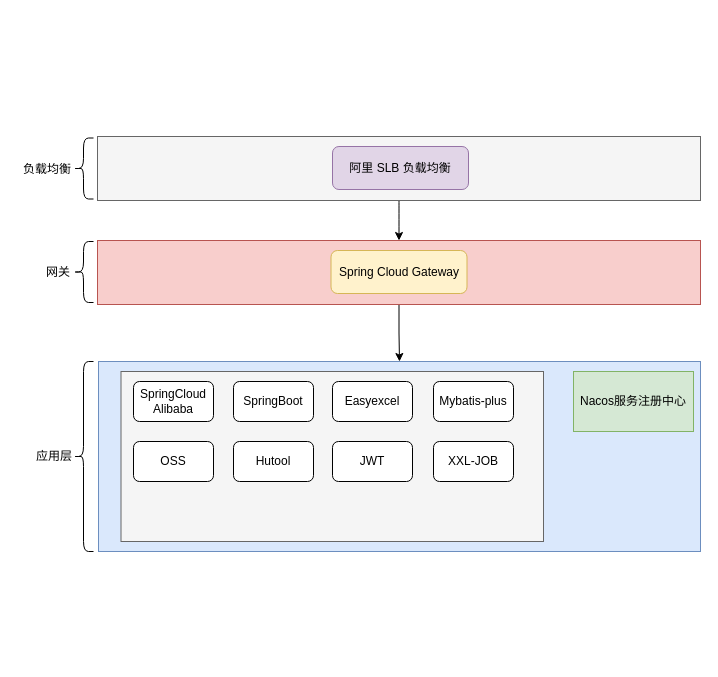
Earlier version of the draw.io diagram cbs2.0技术架构.drawio (ammengke/my-drawio). Source tidied: cells renumbered, new cells numbered last; positions are measured from the earlier drawing's top-left corner, leaving out a move shared by most shapes. Both pictures are drawn from the tidied source at 100%, with x=0, y=0 at pixel (17, 136).
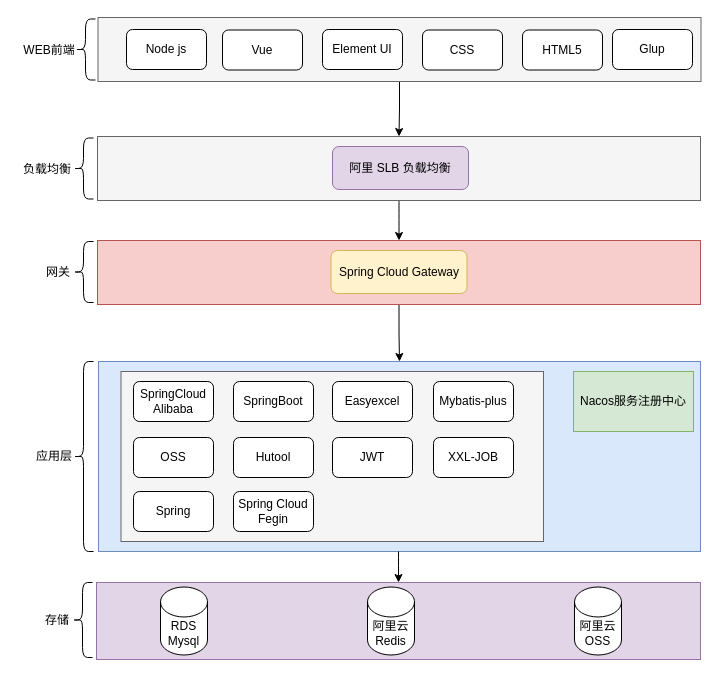
After the change.

Commit message:
更新cbs2.0技术架构.drawio

The change refers to these unchanged cells:
```xml
<mxCell id="7" style="rounded=0;whiteSpace=wrap;html=1;fillColor=#f5f5f5;strokeColor=#666666;fontColor=#333333;" parent="1" vertex="1">
  <mxGeometry x="80" width="603" height="64" as="geometry" />
</mxCell>
```

Change to the diagram source:
```diff
@@
     <mxCell id="19" value="OSS" style="rounded=1;whiteSpace=wrap;html=1;" parent="1" vertex="1">
-      <mxGeometry x="116" y="305" width="80" height="40" as="geometry" />
+      <mxGeometry x="116" y="301" width="80" height="40" as="geometry" />
     </mxCell>
     <mxCell id="20" value="Hutool" style="rounded=1;whiteSpace=wrap;html=1;" parent="1" vertex="1">
-      <mxGeometry x="216" y="305" width="80" height="40" as="geometry" />
+      <mxGeometry x="216" y="301" width="80" height="40" as="geometry" />
     </mxCell>
     <mxCell id="21" value="JWT" style="rounded=1;whiteSpace=wrap;html=1;" parent="1" vertex="1">
-      <mxGeometry x="315" y="305" width="80" height="40" as="geometry" />
+      <mxGeometry x="315" y="301" width="80" height="40" as="geometry" />
     </mxCell>
     <mxCell id="22" value="XXL-JOB" style="rounded=1;whiteSpace=wrap;html=1;" parent="1" vertex="1">
-      <mxGeometry x="416" y="305" width="80" height="40" as="geometry" />
+      <mxGeometry x="416" y="301" width="80" height="40" as="geometry" />
     </mxCell>
@@
+    <mxCell id="25" style="edgeStyle=orthogonalEdgeStyle;curved=1;rounded=0;jettySize=auto;html=1;entryX=0.5;entryY=0;entryDx=0;entryDy=0;" parent="1" edge="1" target="26">
+      <mxGeometry relative="1" as="geometry">
+        <mxPoint x="381" y="415" as="sourcePoint" />
+      </mxGeometry>
+    </mxCell>
+    <mxCell id="26" style="rounded=0;whiteSpace=wrap;html=1;fillColor=#e1d5e7;strokeColor=#9673a6;" parent="1" vertex="1">
+      <mxGeometry x="79" y="446" width="604" height="77" as="geometry" />
+    </mxCell>
+    <mxCell id="27" value="RDS Mysql" style="shape=cylinder3;whiteSpace=wrap;html=1;boundedLbl=1;backgroundOutline=1;size=15;rounded=0;" parent="1" vertex="1">
+      <mxGeometry x="143" y="450.5" width="47" height="68" as="geometry" />
+    </mxCell>
+    <mxCell id="28" value="阿里云Redis" style="shape=cylinder3;whiteSpace=wrap;html=1;boundedLbl=1;backgroundOutline=1;size=15;rounded=0;" parent="1" vertex="1">
+      <mxGeometry x="350" y="450.5" width="47" height="68" as="geometry" />
+    </mxCell>
+    <mxCell id="29" value="存储" style="text;html=1;strokeColor=none;fillColor=none;align=center;verticalAlign=middle;whiteSpace=wrap;rounded=0;" parent="1" vertex="1">
+      <mxGeometry x="10" y="468.5" width="60" height="30" as="geometry" />
+    </mxCell>
+    <mxCell id="30" style="shape=curlyBracket;whiteSpace=wrap;html=1;rounded=1;" parent="1" vertex="1">
+      <mxGeometry x="55" y="446" width="20" height="75" as="geometry" />
+    </mxCell>
+    <mxCell id="31" value="阿里云OSS" style="shape=cylinder3;whiteSpace=wrap;html=1;boundedLbl=1;backgroundOutline=1;size=15;rounded=0;" parent="1" vertex="1">
+      <mxGeometry x="557" y="450.5" width="47" height="68" as="geometry" />
+    </mxCell>
+    <mxCell id="32" style="edgeStyle=orthogonalEdgeStyle;rounded=0;jettySize=auto;html=1;entryX=0.5;entryY=0;entryDx=0;entryDy=0;" parent="1" edge="1" source="33" target="7">
+      <mxGeometry relative="1" as="geometry" />
+    </mxCell>
+    <mxCell id="33" style="rounded=0;whiteSpace=wrap;html=1;fillColor=#f5f5f5;strokeColor=#666666;fontColor=#333333;" parent="1" vertex="1">
+      <mxGeometry x="80.5" y="-119" width="603" height="64" as="geometry" />
+    </mxCell>
+    <mxCell id="34" value="WEB前端" style="text;html=1;strokeColor=none;fillColor=none;align=center;verticalAlign=middle;whiteSpace=wrap;rounded=0;" parent="1" vertex="1">
+      <mxGeometry x="2" y="-101.5" width="60" height="30" as="geometry" />
+    </mxCell>
+    <mxCell id="35" style="shape=curlyBracket;whiteSpace=wrap;html=1;rounded=1;" parent="1" vertex="1">
+      <mxGeometry x="58" y="-117.5" width="20" height="61" as="geometry" />
+    </mxCell>
+    <mxCell id="36" value="Vue" style="rounded=1;whiteSpace=wrap;html=1;" parent="1" vertex="1">
+      <mxGeometry x="205" y="-106.5" width="80" height="40" as="geometry" />
+    </mxCell>
+    <mxCell id="37" value="Element UI" style="rounded=1;whiteSpace=wrap;html=1;" parent="1" vertex="1">
+      <mxGeometry x="305" y="-107" width="80" height="40" as="geometry" />
+    </mxCell>
+    <mxCell id="38" value="CSS" style="rounded=1;whiteSpace=wrap;html=1;" parent="1" vertex="1">
+      <mxGeometry x="405" y="-106.5" width="80" height="40" as="geometry" />
+    </mxCell>
+    <mxCell id="39" value="HTML5" style="rounded=1;whiteSpace=wrap;html=1;" parent="1" vertex="1">
+      <mxGeometry x="505" y="-106.5" width="80" height="40" as="geometry" />
+    </mxCell>
+    <mxCell id="40" value="Node js" style="rounded=1;whiteSpace=wrap;html=1;" parent="1" vertex="1">
+      <mxGeometry x="109" y="-107" width="80" height="40" as="geometry" />
+    </mxCell>
+    <mxCell id="41" value="Glup" style="rounded=1;whiteSpace=wrap;html=1;" parent="1" vertex="1">
+      <mxGeometry x="595" y="-107" width="80" height="40" as="geometry" />
+    </mxCell>
+    <mxCell id="42" value="Spring" style="rounded=1;whiteSpace=wrap;html=1;" parent="1" vertex="1">
+      <mxGeometry x="116" y="355" width="80" height="40" as="geometry" />
+    </mxCell>
+    <mxCell id="43" value="Spring Cloud Fegin" style="rounded=1;whiteSpace=wrap;html=1;" parent="1" vertex="1">
+      <mxGeometry x="216" y="355" width="80" height="40" as="geometry" />
+    </mxCell>
```
